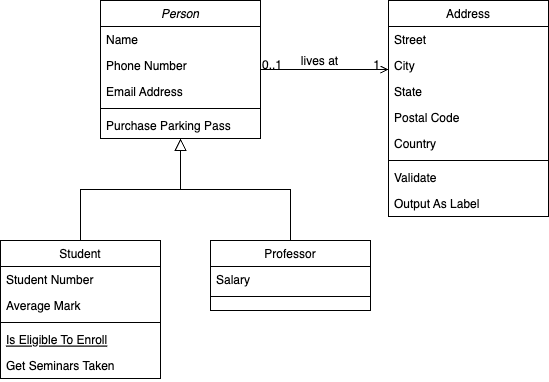
Above: src/main/kotlin/Classes.png in MikeWazowski99/LoopingMAD105 (draw.io), before the change. Source tidied: cells renumbered, new cells last; positions are measured from the earlier drawing's top-left corner, leaving out a move shared by most shapes. Its diagram source:
```xml
<mxGraphModel>
  <root>
    <mxCell id="0" />
    <mxCell id="1" parent="0" />
    <mxCell id="2" value="Person" style="swimlane;fontStyle=2;align=center;verticalAlign=top;horizontal=1;startSize=26;rounded=0;shadow=0;strokeWidth=1;" parent="1" vertex="1">
      <mxGeometry x="100" width="160" height="138" as="geometry" />
    </mxCell>
    <mxCell id="3" value="Name" style="text;align=left;verticalAlign=top;spacingLeft=4;spacingRight=4;overflow=hidden;" parent="2" vertex="1">
      <mxGeometry y="26" width="160" height="26" as="geometry" />
    </mxCell>
    <mxCell id="4" value="Phone Number" style="text;align=left;verticalAlign=top;spacingLeft=4;spacingRight=4;overflow=hidden;rounded=0;shadow=0;html=0;" parent="2" vertex="1">
      <mxGeometry y="52" width="160" height="26" as="geometry" />
    </mxCell>
    <mxCell id="5" value="Email Address" style="text;align=left;verticalAlign=top;spacingLeft=4;spacingRight=4;overflow=hidden;rounded=0;shadow=0;html=0;" parent="2" vertex="1">
      <mxGeometry y="78" width="160" height="26" as="geometry" />
    </mxCell>
    <mxCell id="6" style="line;html=1;strokeWidth=1;align=left;verticalAlign=middle;spacingTop=-1;spacingLeft=3;spacingRight=3;labelPosition=right;" parent="2" vertex="1">
      <mxGeometry y="104" width="160" height="8" as="geometry" />
    </mxCell>
    <mxCell id="7" value="Purchase Parking Pass" style="text;align=left;verticalAlign=top;spacingLeft=4;spacingRight=4;overflow=hidden;points=[[0,0.5],[1,0.5]];portConstraint=eastwest;" parent="2" vertex="1">
      <mxGeometry y="112" width="160" height="26" as="geometry" />
    </mxCell>
    <mxCell id="8" value="Student" style="swimlane;fontStyle=0;align=center;verticalAlign=top;horizontal=1;startSize=26;rounded=0;shadow=0;strokeWidth=1;" parent="1" vertex="1">
      <mxGeometry y="240" width="160" height="138" as="geometry" />
    </mxCell>
    <mxCell id="9" value="Student Number" style="text;align=left;verticalAlign=top;spacingLeft=4;spacingRight=4;overflow=hidden;" parent="8" vertex="1">
      <mxGeometry y="26" width="160" height="26" as="geometry" />
    </mxCell>
    <mxCell id="10" value="Average Mark" style="text;align=left;verticalAlign=top;spacingLeft=4;spacingRight=4;overflow=hidden;rounded=0;shadow=0;html=0;" parent="8" vertex="1">
      <mxGeometry y="52" width="160" height="26" as="geometry" />
    </mxCell>
    <mxCell id="11" style="line;html=1;strokeWidth=1;align=left;verticalAlign=middle;spacingTop=-1;spacingLeft=3;spacingRight=3;labelPosition=right;" parent="8" vertex="1">
      <mxGeometry y="78" width="160" height="8" as="geometry" />
    </mxCell>
    <mxCell id="12" value="Is Eligible To Enroll" style="text;align=left;verticalAlign=top;spacingLeft=4;spacingRight=4;overflow=hidden;fontStyle=4;" parent="8" vertex="1">
      <mxGeometry y="86" width="160" height="26" as="geometry" />
    </mxCell>
    <mxCell id="13" value="Get Seminars Taken" style="text;align=left;verticalAlign=top;spacingLeft=4;spacingRight=4;overflow=hidden;" parent="8" vertex="1">
      <mxGeometry y="112" width="160" height="26" as="geometry" />
    </mxCell>
    <mxCell id="14" style="endArrow=block;endSize=10;endFill=0;shadow=0;strokeWidth=1;rounded=0;edgeStyle=elbowEdgeStyle;elbow=vertical;" parent="1" edge="1" source="8" target="2">
      <mxGeometry relative="1" as="geometry" />
    </mxCell>
    <mxCell id="15" value="Professor" style="swimlane;fontStyle=0;align=center;verticalAlign=top;horizontal=1;startSize=26;rounded=0;shadow=0;strokeWidth=1;" parent="1" vertex="1">
      <mxGeometry x="210" y="240" width="160" height="70" as="geometry" />
    </mxCell>
    <mxCell id="16" value="Salary" style="text;align=left;verticalAlign=top;spacingLeft=4;spacingRight=4;overflow=hidden;" parent="15" vertex="1">
      <mxGeometry y="26" width="160" height="26" as="geometry" />
    </mxCell>
    <mxCell id="17" style="line;html=1;strokeWidth=1;align=left;verticalAlign=middle;spacingTop=-1;spacingLeft=3;spacingRight=3;labelPosition=right;" parent="15" vertex="1">
      <mxGeometry y="52" width="160" height="8" as="geometry" />
    </mxCell>
    <mxCell id="18" style="endArrow=block;endSize=10;endFill=0;shadow=0;strokeWidth=1;rounded=0;edgeStyle=elbowEdgeStyle;elbow=vertical;" parent="1" edge="1" source="15" target="2">
      <mxGeometry relative="1" as="geometry" />
    </mxCell>
    <mxCell id="19" value="Address" style="swimlane;fontStyle=0;align=center;verticalAlign=top;horizontal=1;startSize=26;rounded=0;shadow=0;strokeWidth=1;" parent="1" vertex="1">
      <mxGeometry x="388" width="160" height="216" as="geometry" />
    </mxCell>
    <mxCell id="20" value="Street" style="text;align=left;verticalAlign=top;spacingLeft=4;spacingRight=4;overflow=hidden;" parent="19" vertex="1">
      <mxGeometry y="26" width="160" height="26" as="geometry" />
    </mxCell>
    <mxCell id="21" value="City" style="text;align=left;verticalAlign=top;spacingLeft=4;spacingRight=4;overflow=hidden;rounded=0;shadow=0;html=0;" parent="19" vertex="1">
      <mxGeometry y="52" width="160" height="26" as="geometry" />
    </mxCell>
    <mxCell id="22" value="State" style="text;align=left;verticalAlign=top;spacingLeft=4;spacingRight=4;overflow=hidden;rounded=0;shadow=0;html=0;" parent="19" vertex="1">
      <mxGeometry y="78" width="160" height="26" as="geometry" />
    </mxCell>
    <mxCell id="23" value="Postal Code" style="text;align=left;verticalAlign=top;spacingLeft=4;spacingRight=4;overflow=hidden;rounded=0;shadow=0;html=0;" parent="19" vertex="1">
      <mxGeometry y="104" width="160" height="26" as="geometry" />
    </mxCell>
    <mxCell id="24" value="Country" style="text;align=left;verticalAlign=top;spacingLeft=4;spacingRight=4;overflow=hidden;rounded=0;shadow=0;html=0;" parent="19" vertex="1">
      <mxGeometry y="130" width="160" height="26" as="geometry" />
    </mxCell>
    <mxCell id="25" style="line;html=1;strokeWidth=1;align=left;verticalAlign=middle;spacingTop=-1;spacingLeft=3;spacingRight=3;labelPosition=right;" parent="19" vertex="1">
      <mxGeometry y="156" width="160" height="8" as="geometry" />
    </mxCell>
    <mxCell id="26" value="Validate" style="text;align=left;verticalAlign=top;spacingLeft=4;spacingRight=4;overflow=hidden;" parent="19" vertex="1">
      <mxGeometry y="164" width="160" height="26" as="geometry" />
    </mxCell>
    <mxCell id="27" value="Output As Label" style="text;align=left;verticalAlign=top;spacingLeft=4;spacingRight=4;overflow=hidden;" parent="19" vertex="1">
      <mxGeometry y="190" width="160" height="26" as="geometry" />
    </mxCell>
    <mxCell id="28" style="endArrow=open;shadow=0;strokeWidth=1;rounded=0;endFill=1;edgeStyle=elbowEdgeStyle;elbow=vertical;" parent="1" edge="1" source="2" target="19">
      <mxGeometry x="0.5" y="41" relative="1" as="geometry">
        <mxPoint x="-40" y="32" as="offset" />
      </mxGeometry>
    </mxCell>
    <mxCell id="29" value="0..1" style="align=left;verticalAlign=bottom;labelBackgroundColor=none;fontSize=12;" parent="28" vertex="1">
      <mxGeometry x="-1" relative="1" as="geometry">
        <mxPoint y="4" as="offset" />
      </mxGeometry>
    </mxCell>
    <mxCell id="30" value="1" style="align=right;verticalAlign=bottom;labelBackgroundColor=none;fontSize=12;" parent="28" vertex="1">
      <mxGeometry x="1" relative="1" as="geometry">
        <mxPoint x="-7" y="4" as="offset" />
      </mxGeometry>
    </mxCell>
    <mxCell id="31" value="lives at" style="text;html=1;align=center;verticalAlign=middle;labelBackgroundColor=none;rounded=0;shadow=0;strokeWidth=1;fontSize=12;" parent="28" vertex="1">
      <mxGeometry x="0.5" y="49" relative="1" as="geometry">
        <mxPoint x="-38" y="40" as="offset" />
      </mxGeometry>
    </mxCell>
  </root>
</mxGraphModel>
```
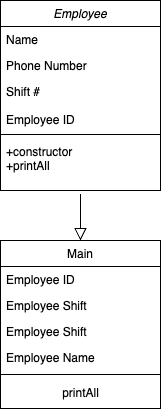
Later version of the same file.

Change to the diagram source:
```diff
@@ -2,8 +2,8 @@
   <root>
     <mxCell id="0" />
     <mxCell id="1" parent="0" />
-    <mxCell id="2" value="Person" style="swimlane;fontStyle=2;align=center;verticalAlign=top;horizontal=1;startSize=26;rounded=0;shadow=0;strokeWidth=1;" parent="1" vertex="1">
-      <mxGeometry x="100" width="160" height="138" as="geometry" />
+    <mxCell id="2" value="Employee" style="swimlane;fontStyle=2;align=center;verticalAlign=top;horizontal=1;startSize=26;rounded=0;shadow=0;strokeWidth=1;" parent="1" vertex="1">
+      <mxGeometry x="180" y="-40" width="160" height="190" as="geometry" />
     </mxCell>
     <mxCell id="3" value="Name" style="text;align=left;verticalAlign=top;spacingLeft=4;spacingRight=4;overflow=hidden;" parent="2" vertex="1">
       <mxGeometry y="26" width="160" height="26" as="geometry" />
@@ -11,94 +11,38 @@
     <mxCell id="4" value="Phone Number" style="text;align=left;verticalAlign=top;spacingLeft=4;spacingRight=4;overflow=hidden;rounded=0;shadow=0;html=0;" parent="2" vertex="1">
       <mxGeometry y="52" width="160" height="26" as="geometry" />
     </mxCell>
-    <mxCell id="5" value="Email Address" style="text;align=left;verticalAlign=top;spacingLeft=4;spacingRight=4;overflow=hidden;rounded=0;shadow=0;html=0;" parent="2" vertex="1">
-      <mxGeometry y="78" width="160" height="26" as="geometry" />
+    <mxCell id="5" value="Shift #&#10;&#10;Employee ID" style="text;align=left;verticalAlign=top;spacingLeft=4;spacingRight=4;overflow=hidden;rounded=0;shadow=0;html=0;" parent="2" vertex="1">
+      <mxGeometry y="78" width="160" height="52" as="geometry" />
     </mxCell>
     <mxCell id="6" style="line;html=1;strokeWidth=1;align=left;verticalAlign=middle;spacingTop=-1;spacingLeft=3;spacingRight=3;labelPosition=right;" parent="2" vertex="1">
-      <mxGeometry y="104" width="160" height="8" as="geometry" />
+      <mxGeometry y="130" width="160" height="8" as="geometry" />
     </mxCell>
-    <mxCell id="7" value="Purchase Parking Pass" style="text;align=left;verticalAlign=top;spacingLeft=4;spacingRight=4;overflow=hidden;points=[[0,0.5],[1,0.5]];portConstraint=eastwest;" parent="2" vertex="1">
-      <mxGeometry y="112" width="160" height="26" as="geometry" />
+    <mxCell id="7" value="+constructor&#10;+printAll" style="text;align=left;verticalAlign=top;spacingLeft=4;spacingRight=4;overflow=hidden;points=[[0,0.5],[1,0.5]];portConstraint=eastwest;" parent="2" vertex="1">
+      <mxGeometry y="138" width="160" height="52" as="geometry" />
     </mxCell>
-    <mxCell id="8" value="Student" style="swimlane;fontStyle=0;align=center;verticalAlign=top;horizontal=1;startSize=26;rounded=0;shadow=0;strokeWidth=1;" parent="1" vertex="1">
-      <mxGeometry y="240" width="160" height="138" as="geometry" />
+    <mxCell id="8" value="Main&#10;" style="swimlane;fontStyle=0;align=center;verticalAlign=top;horizontal=1;startSize=26;rounded=0;shadow=0;strokeWidth=1;" parent="1" vertex="1">
+      <mxGeometry x="180" y="200" width="160" height="168" as="geometry" />
     </mxCell>
-    <mxCell id="9" value="Student Number" style="text;align=left;verticalAlign=top;spacingLeft=4;spacingRight=4;overflow=hidden;" parent="8" vertex="1">
+    <mxCell id="9" value="Employee ID" style="text;align=left;verticalAlign=top;spacingLeft=4;spacingRight=4;overflow=hidden;" parent="8" vertex="1">
       <mxGeometry y="26" width="160" height="26" as="geometry" />
     </mxCell>
-    <mxCell id="10" value="Average Mark" style="text;align=left;verticalAlign=top;spacingLeft=4;spacingRight=4;overflow=hidden;rounded=0;shadow=0;html=0;" parent="8" vertex="1">
+    <mxCell id="10" value="Employee Shift" style="text;align=left;verticalAlign=top;spacingLeft=4;spacingRight=4;overflow=hidden;rounded=0;shadow=0;html=0;" parent="8" vertex="1">
       <mxGeometry y="52" width="160" height="26" as="geometry" />
     </mxCell>
+    <mxCell id="32" value="Employee Shift" style="text;align=left;verticalAlign=top;spacingLeft=4;spacingRight=4;overflow=hidden;rounded=0;shadow=0;html=0;" parent="8" vertex="1">
+      <mxGeometry y="78" width="160" height="26" as="geometry" />
+    </mxCell>
+    <mxCell id="33" value="Employee Name&#10;" style="text;align=left;verticalAlign=top;spacingLeft=4;spacingRight=4;overflow=hidden;rounded=0;shadow=0;html=0;" parent="8" vertex="1">
+      <mxGeometry y="104" width="160" height="26" as="geometry" />
+    </mxCell>
     <mxCell id="11" style="line;html=1;strokeWidth=1;align=left;verticalAlign=middle;spacingTop=-1;spacingLeft=3;spacingRight=3;labelPosition=right;" parent="8" vertex="1">
-      <mxGeometry y="78" width="160" height="8" as="geometry" />
+      <mxGeometry y="130" width="160" height="8" as="geometry" />
     </mxCell>
-    <mxCell id="12" value="Is Eligible To Enroll" style="text;align=left;verticalAlign=top;spacingLeft=4;spacingRight=4;overflow=hidden;fontStyle=4;" parent="8" vertex="1">
-      <mxGeometry y="86" width="160" height="26" as="geometry" />
-    </mxCell>
-    <mxCell id="13" value="Get Seminars Taken" style="text;align=left;verticalAlign=top;spacingLeft=4;spacingRight=4;overflow=hidden;" parent="8" vertex="1">
-      <mxGeometry y="112" width="160" height="26" as="geometry" />
-    </mxCell>
+    <mxCell id="34" value="printAll&lt;br&gt;" style="text;html=1;align=center;verticalAlign=middle;strokeColor=none;fillColor=none;" parent="8" vertex="1">
+      <mxGeometry y="138" width="160" height="30" as="geometry" />
+    </mxCell>
-    <mxCell id="14" style="endArrow=block;endSize=10;endFill=0;shadow=0;strokeWidth=1;rounded=0;edgeStyle=elbowEdgeStyle;elbow=vertical;" parent="1" edge="1" source="8" target="2">
+    <mxCell id="14" style="endArrow=block;endSize=10;endFill=0;shadow=0;strokeWidth=1;rounded=0;edgeStyle=elbowEdgeStyle;elbow=vertical;entryX=0.5;entryY=0;entryDx=0;entryDy=0;exitX=0.5;exitY=1.067;exitDx=0;exitDy=0;exitPerimeter=0;" parent="1" edge="1" source="7" target="8">
       <mxGeometry relative="1" as="geometry" />
     </mxCell>
-    <mxCell id="15" value="Professor" style="swimlane;fontStyle=0;align=center;verticalAlign=top;horizontal=1;startSize=26;rounded=0;shadow=0;strokeWidth=1;" parent="1" vertex="1">
-      <mxGeometry x="210" y="240" width="160" height="70" as="geometry" />
-    </mxCell>
-    <mxCell id="16" value="Salary" style="text;align=left;verticalAlign=top;spacingLeft=4;spacingRight=4;overflow=hidden;" parent="15" vertex="1">
-      <mxGeometry y="26" width="160" height="26" as="geometry" />
-    </mxCell>
-    <mxCell id="17" style="line;html=1;strokeWidth=1;align=left;verticalAlign=middle;spacingTop=-1;spacingLeft=3;spacingRight=3;labelPosition=right;" parent="15" vertex="1">
-      <mxGeometry y="52" width="160" height="8" as="geometry" />
-    </mxCell>
-    <mxCell id="18" style="endArrow=block;endSize=10;endFill=0;shadow=0;strokeWidth=1;rounded=0;edgeStyle=elbowEdgeStyle;elbow=vertical;" parent="1" edge="1" source="15" target="2">
-      <mxGeometry relative="1" as="geometry" />
-    </mxCell>
-    <mxCell id="19" value="Address" style="swimlane;fontStyle=0;align=center;verticalAlign=top;horizontal=1;startSize=26;rounded=0;shadow=0;strokeWidth=1;" parent="1" vertex="1">
-      <mxGeometry x="388" width="160" height="216" as="geometry" />
-    </mxCell>
-    <mxCell id="20" value="Street" style="text;align=left;verticalAlign=top;spacingLeft=4;spacingRight=4;overflow=hidden;" parent="19" vertex="1">
-      <mxGeometry y="26" width="160" height="26" as="geometry" />
-    </mxCell>
-    <mxCell id="21" value="City" style="text;align=left;verticalAlign=top;spacingLeft=4;spacingRight=4;overflow=hidden;rounded=0;shadow=0;html=0;" parent="19" vertex="1">
-      <mxGeometry y="52" width="160" height="26" as="geometry" />
-    </mxCell>
-    <mxCell id="22" value="State" style="text;align=left;verticalAlign=top;spacingLeft=4;spacingRight=4;overflow=hidden;rounded=0;shadow=0;html=0;" parent="19" vertex="1">
-      <mxGeometry y="78" width="160" height="26" as="geometry" />
-    </mxCell>
-    <mxCell id="23" value="Postal Code" style="text;align=left;verticalAlign=top;spacingLeft=4;spacingRight=4;overflow=hidden;rounded=0;shadow=0;html=0;" parent="19" vertex="1">
-      <mxGeometry y="104" width="160" height="26" as="geometry" />
-    </mxCell>
-    <mxCell id="24" value="Country" style="text;align=left;verticalAlign=top;spacingLeft=4;spacingRight=4;overflow=hidden;rounded=0;shadow=0;html=0;" parent="19" vertex="1">
-      <mxGeometry y="130" width="160" height="26" as="geometry" />
-    </mxCell>
-    <mxCell id="25" style="line;html=1;strokeWidth=1;align=left;verticalAlign=middle;spacingTop=-1;spacingLeft=3;spacingRight=3;labelPosition=right;" parent="19" vertex="1">
-      <mxGeometry y="156" width="160" height="8" as="geometry" />
-    </mxCell>
-    <mxCell id="26" value="Validate" style="text;align=left;verticalAlign=top;spacingLeft=4;spacingRight=4;overflow=hidden;" parent="19" vertex="1">
-      <mxGeometry y="164" width="160" height="26" as="geometry" />
-    </mxCell>
-    <mxCell id="27" value="Output As Label" style="text;align=left;verticalAlign=top;spacingLeft=4;spacingRight=4;overflow=hidden;" parent="19" vertex="1">
-      <mxGeometry y="190" width="160" height="26" as="geometry" />
-    </mxCell>
-    <mxCell id="28" style="endArrow=open;shadow=0;strokeWidth=1;rounded=0;endFill=1;edgeStyle=elbowEdgeStyle;elbow=vertical;" parent="1" edge="1" source="2" target="19">
-      <mxGeometry x="0.5" y="41" relative="1" as="geometry">
-        <mxPoint x="-40" y="32" as="offset" />
-      </mxGeometry>
-    </mxCell>
-    <mxCell id="29" value="0..1" style="align=left;verticalAlign=bottom;labelBackgroundColor=none;fontSize=12;" parent="28" vertex="1">
-      <mxGeometry x="-1" relative="1" as="geometry">
-        <mxPoint y="4" as="offset" />
-      </mxGeometry>
-    </mxCell>
-    <mxCell id="30" value="1" style="align=right;verticalAlign=bottom;labelBackgroundColor=none;fontSize=12;" parent="28" vertex="1">
-      <mxGeometry x="1" relative="1" as="geometry">
-        <mxPoint x="-7" y="4" as="offset" />
-      </mxGeometry>
-    </mxCell>
-    <mxCell id="31" value="lives at" style="text;html=1;align=center;verticalAlign=middle;labelBackgroundColor=none;rounded=0;shadow=0;strokeWidth=1;fontSize=12;" parent="28" vertex="1">
-      <mxGeometry x="0.5" y="49" relative="1" as="geometry">
-        <mxPoint x="-38" y="40" as="offset" />
-      </mxGeometry>
-    </mxCell>
   </root>
 </mxGraphModel>
```
